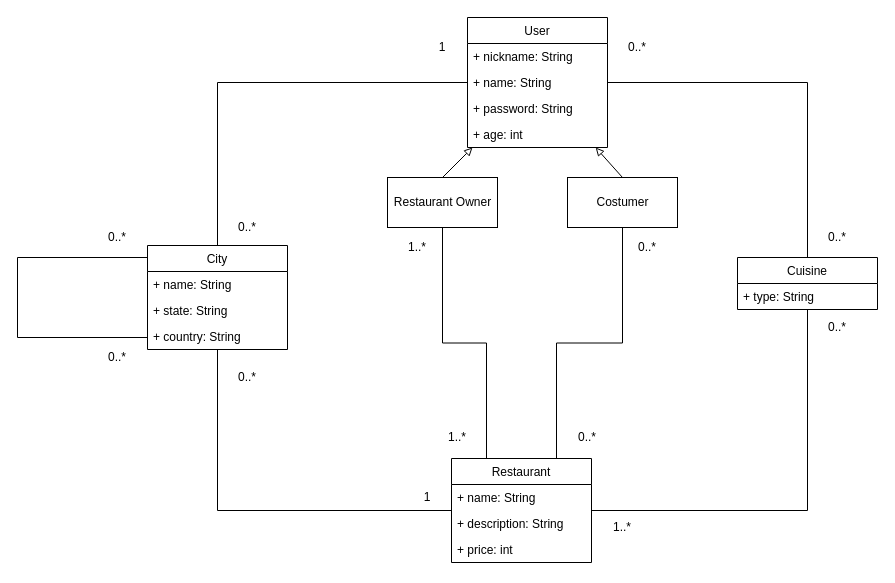
spampas/restaurant_recommendation_graphdb keeps this draw.io diagram as page "Page-1" (1 of 2) of draw.io/data_model.drawio. Above is the earlier version. Source tidied: cells renumbered, new cells numbered last; positions are measured from the earlier drawing's top-left corner, leaving out a move shared by most shapes. Both pictures are drawn from the tidied source at 100%, with x=0, y=0 at pixel (17, 17).
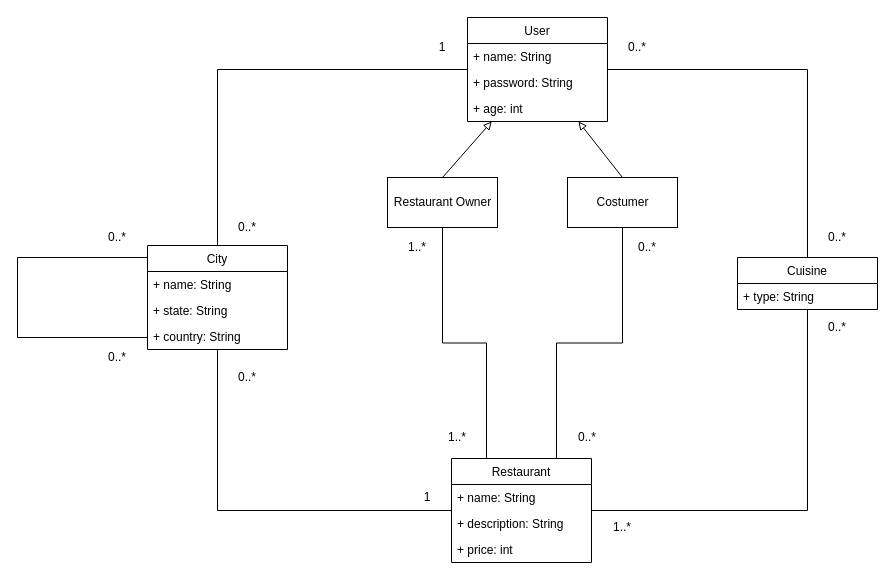
The same diagram, later.

Diff of the diagram source:
```diff
@@
     <mxCell id="8" value="User" style="swimlane;fontStyle=0;horizontal=1;startSize=26;fillColor=none;" parent="1" vertex="1">
-      <mxGeometry x="450" width="140" height="130" as="geometry" />
+      <mxGeometry x="450" width="140" height="104" as="geometry" />
     </mxCell>
-    <mxCell id="9" value="+ nickname: String" style="text;strokeColor=none;fillColor=none;align=left;verticalAlign=top;spacingLeft=4;spacingRight=4;overflow=hidden;fontSize=12;" parent="8" vertex="1">
-      <mxGeometry y="26" width="140" height="26" as="geometry" />
-    </mxCell>
     <mxCell id="10" value="+ name: String " style="text;strokeColor=none;fillColor=none;align=left;verticalAlign=top;spacingLeft=4;spacingRight=4;overflow=hidden;" parent="8" vertex="1">
-      <mxGeometry y="52" width="140" height="26" as="geometry" />
+      <mxGeometry y="26" width="140" height="26" as="geometry" />
     </mxCell>
     <mxCell id="11" value="+ password: String" style="text;strokeColor=none;fillColor=none;align=left;verticalAlign=top;spacingLeft=4;spacingRight=4;overflow=hidden;" parent="8" vertex="1">
-      <mxGeometry y="78" width="140" height="26" as="geometry" />
+      <mxGeometry y="52" width="140" height="26" as="geometry" />
     </mxCell>
     <mxCell id="12" value="+ age: int" style="text;strokeColor=none;fillColor=none;align=left;verticalAlign=top;spacingLeft=4;spacingRight=4;overflow=hidden;" parent="8" vertex="1">
-      <mxGeometry y="104" width="140" height="26" as="geometry" />
+      <mxGeometry y="78" width="140" height="26" as="geometry" />
     </mxCell>
```
